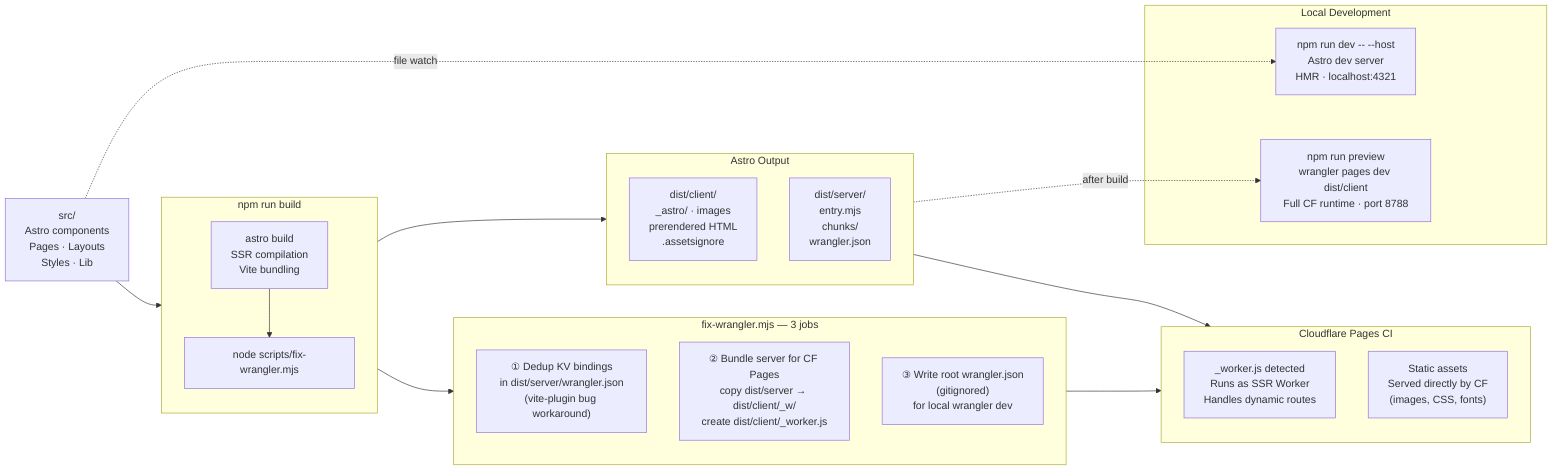
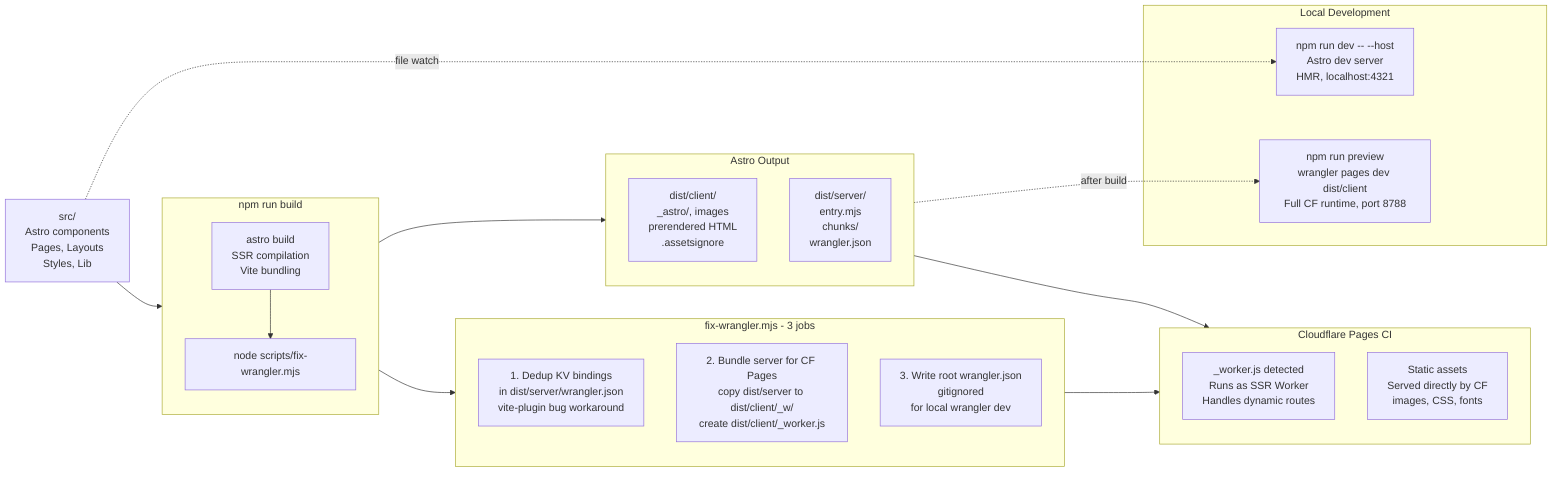
flowchart LR
-     Source["src/\nAstro components\nPages · Layouts\nStyles · Lib"]
+     Source["src/\nAstro components\nPages, Layouts\nStyles, Lib"]

    subgraph Build ["npm run build"]
        direction TB
        AB["astro build\nSSR compilation\nVite bundling"]
        FW["node scripts/fix-wrangler.mjs"]
        AB --> FW
    end

    Source --> AB

    subgraph AstroOut ["Astro Output"]
-         Client["dist/client/\n_astro/ · images\nprerendered HTML\n.assetsignore"]
+         Client["dist/client/\n_astro/, images\nprerendered HTML\n.assetsignore"]
        Server["dist/server/\nentry.mjs\nchunks/\nwrangler.json"]
    end

    AB --> AstroOut

-     subgraph FixJobs ["fix-wrangler.mjs — 3 jobs"]
-         J1["① Dedup KV bindings\nin dist/server/wrangler.json\n(vite-plugin bug workaround)"]
-         J2["② Bundle server for CF Pages\ncopy dist/server → dist/client/_w/\ncreate dist/client/_worker.js"]
-         J3["③ Write root wrangler.json\n(gitignored)\nfor local wrangler dev"]
+     subgraph FixJobs ["fix-wrangler.mjs - 3 jobs"]
+         J1["1. Dedup KV bindings\nin dist/server/wrangler.json\nvite-plugin bug workaround"]
+         J2["2. Bundle server for CF Pages\ncopy dist/server to dist/client/_w/\ncreate dist/client/_worker.js"]
+         J3["3. Write root wrangler.json\ngitignored\nfor local wrangler dev"]
    end

    FW --> FixJobs

    subgraph CFPages ["Cloudflare Pages CI"]
        WJS["_worker.js detected\nRuns as SSR Worker\nHandles dynamic routes"]
-         SA["Static assets\nServed directly by CF\n(images, CSS, fonts)"]
+         SA["Static assets\nServed directly by CF\nimages, CSS, fonts"]
    end

    AstroOut --> CFPages
    FixJobs --> CFPages

    subgraph LocalDev ["Local Development"]
-         DevCmd["npm run dev -- --host\nAstro dev server\nHMR · localhost:4321"]
-         PrevCmd["npm run preview\nwrangler pages dev dist/client\nFull CF runtime · port 8788"]
+         DevCmd["npm run dev -- --host\nAstro dev server\nHMR, localhost:4321"]
+         PrevCmd["npm run preview\nwrangler pages dev dist/client\nFull CF runtime, port 8788"]
    end

    Source -.->|"file watch"| DevCmd
    AstroOut -.->|"after build"| PrevCmd
